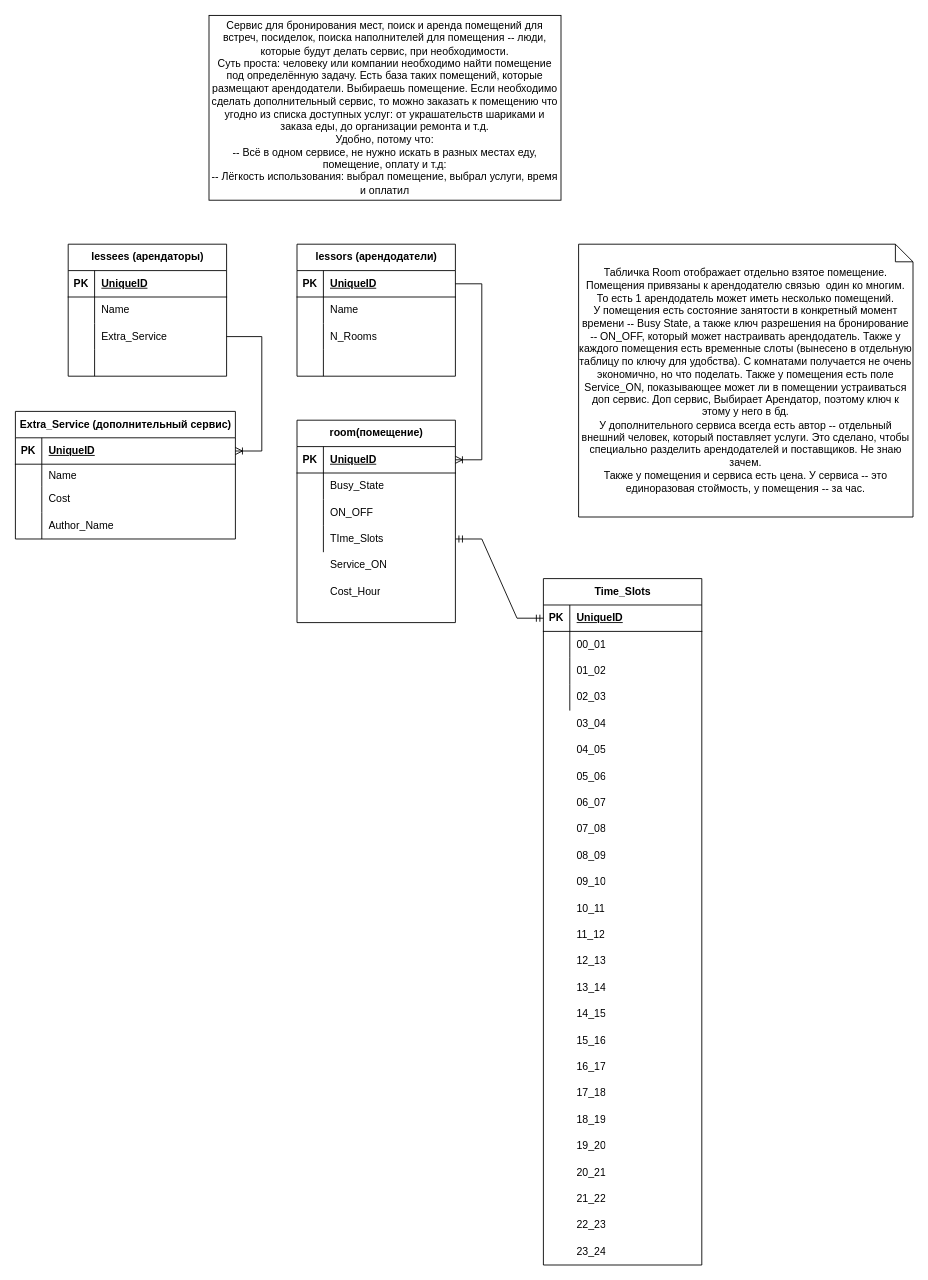
Earlier version of the draw.io diagram Диаграмма без названия.drawio (wsur/reserve_io). Source tidied: cells renumbered, new cells numbered last; positions are measured from the earlier drawing's top-left corner, leaving out a move shared by most shapes. Both pictures are drawn from the tidied source at 88%, with x=0, y=0 at pixel (-82, 15).
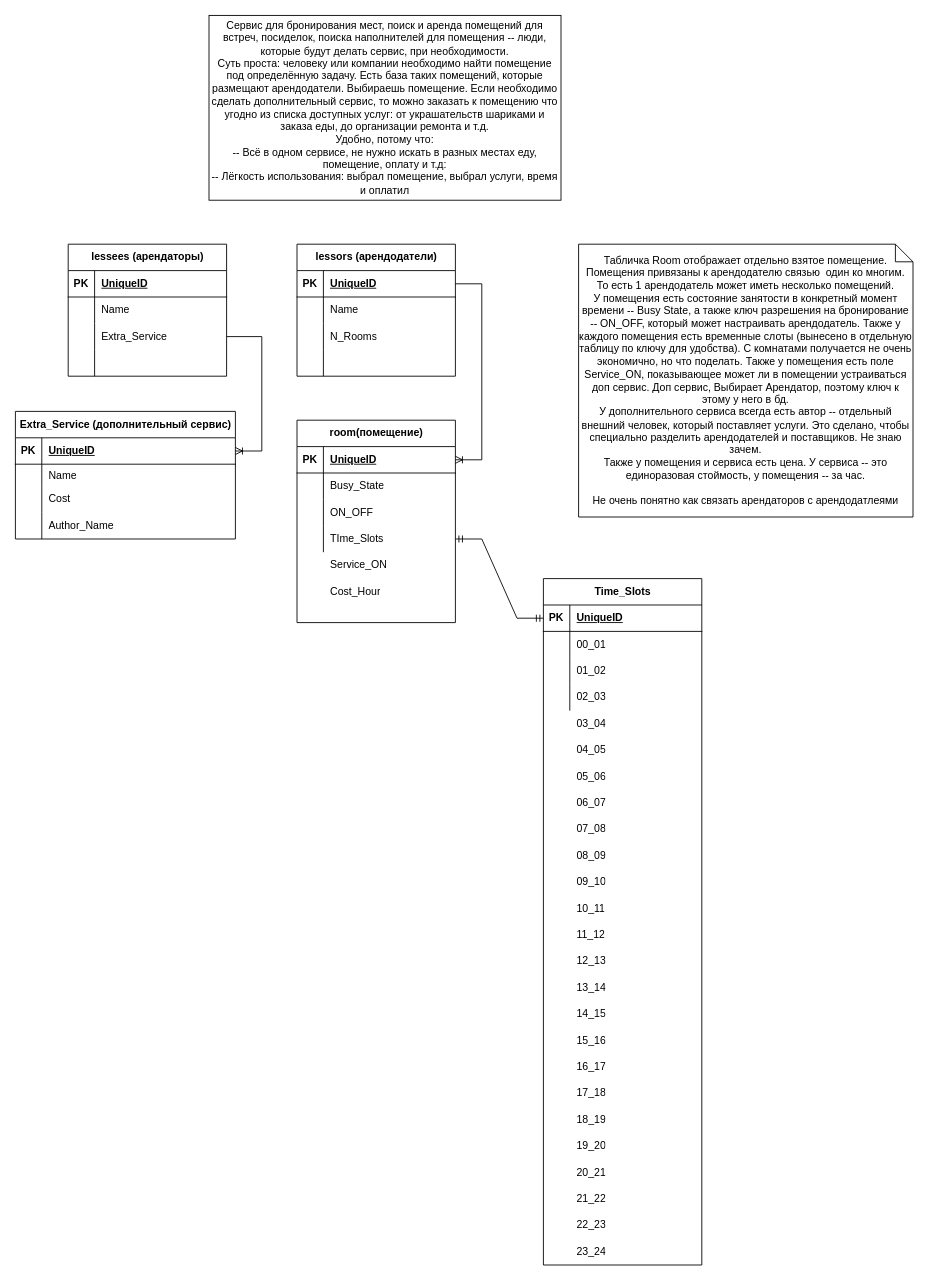
After the change.

Diff of the diagram source:
```diff
@@
-    <mxCell id="42" value="Табличка Room отображает отдельно взятое помещение.&lt;br&gt;Помещения привязаны к арендодателю связью&amp;nbsp; один ко многим. То есть 1 арендодатель может иметь несколько помещений.&lt;br&gt;У помещения есть состояние занятости в конкретный момент времени -- Busy State, а также ключ разрешения на бронирование -- ON_OFF, который может настраивать арендодатель. Также у каждого помещения есть временные слоты (вынесено в отдельную таблицу по ключу для удобства). С комнатами получается не очень экономично, но что поделать. Также у помещения есть поле Service_ON, показывающее может ли в помещении устраиваться доп сервис. Доп сервис, Выбирает Арендатор, поэтому ключ к этому у него в бд.&lt;br&gt;У дополнительного сервиса всегда есть автор -- отдельный внешний человек, который поставляет услуги. Это сделано, чтобы специально разделить арендодателей и поставщиков. Не знаю зачем.&lt;br&gt;Также у помещения и сервиса есть цена. У сервиса -- это единоразовая стоймость, у помещения -- за час." style="shape=note;size=20;whiteSpace=wrap;html=1;" parent="1" vertex="1">
+    <mxCell id="42" value="Табличка Room отображает отдельно взятое помещение.&lt;br&gt;Помещения привязаны к арендодателю связью&amp;nbsp; один ко многим. То есть 1 арендодатель может иметь несколько помещений.&lt;br&gt;У помещения есть состояние занятости в конкретный момент времени -- Busy State, а также ключ разрешения на бронирование -- ON_OFF, который может настраивать арендодатель. Также у каждого помещения есть временные слоты (вынесено в отдельную таблицу по ключу для удобства). С комнатами получается не очень экономично, но что поделать. Также у помещения есть поле Service_ON, показывающее может ли в помещении устраиваться доп сервис. Доп сервис, Выбирает Арендатор, поэтому ключ к этому у него в бд.&lt;br&gt;У дополнительного сервиса всегда есть автор -- отдельный внешний человек, который поставляет услуги. Это сделано, чтобы специально разделить арендодателей и поставщиков. Не знаю зачем.&lt;br&gt;Также у помещения и сервиса есть цена. У сервиса -- это единоразовая стоймость, у помещения -- за час.&lt;br&gt;&lt;br&gt;Не очень понятно как связать арендаторов с арендодатлеями" style="shape=note;size=20;whiteSpace=wrap;html=1;" parent="1" vertex="1">
       <mxGeometry x="750" y="260" width="380" height="310" as="geometry" />
     </mxCell>
```
